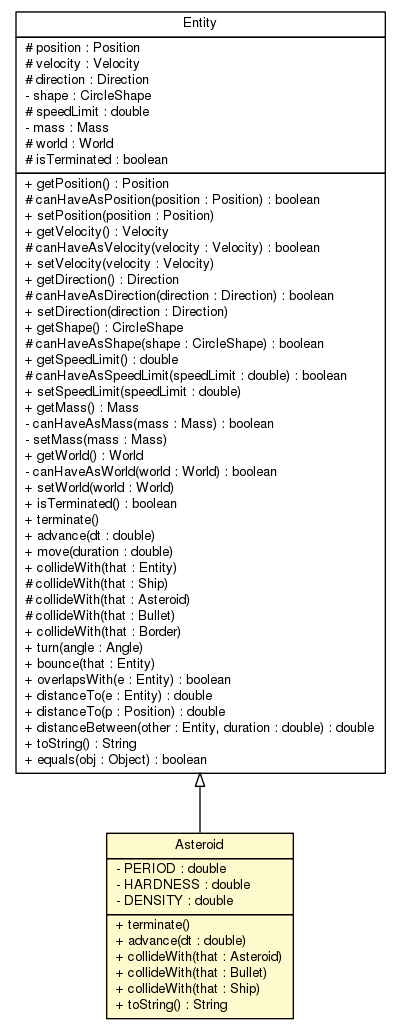
sinopeus/asteroids keeps this Graphviz diagram as doc/world/entity/Asteroid.png. Above is the earlier version. Its source is kept beside it as doc/world/entity/Asteroid.dot.
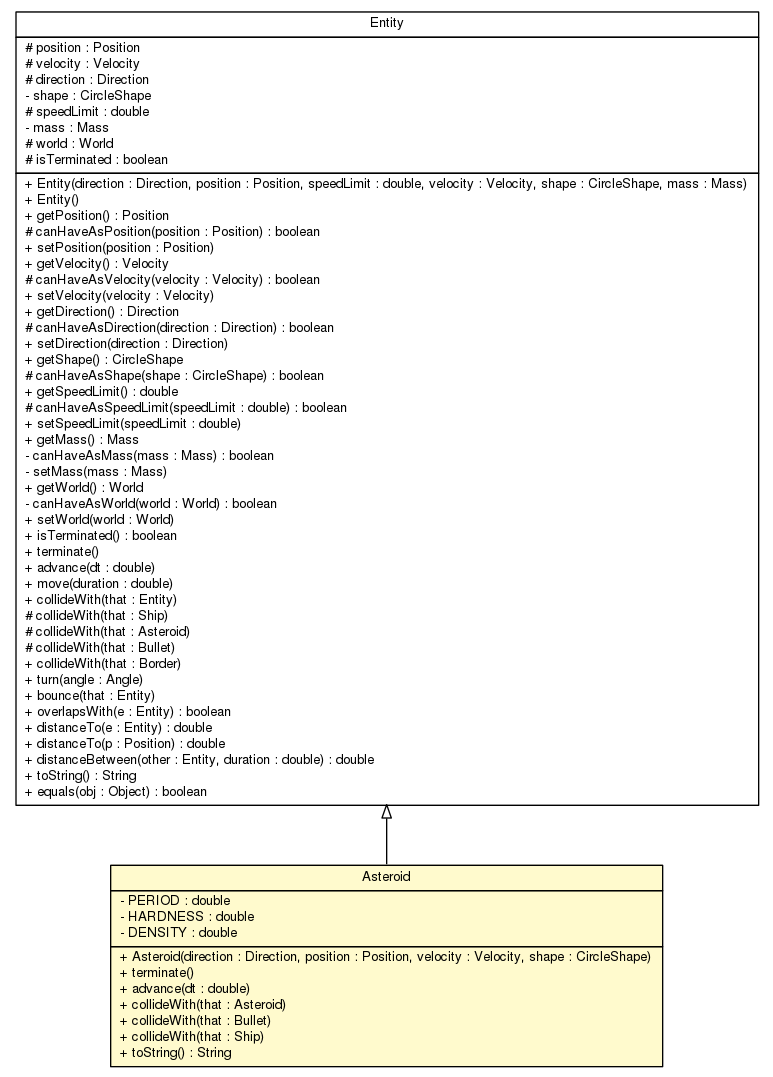
After the change.

Diff of the diagram source:
```diff
@@ -4,7 +4,7 @@
 	node [fontname="Helvetica",fontsize=10,shape=plaintext];
 	nodesep=0.25;
 	ranksep=0.5;
-	c3491 [label=<<table title="world.entity.Asteroid" border="0" cellborder="1" cellspacing="0" cellpadding="2" port="p" bgcolor="lemonChiffon" href="./Asteroid.html">
+	c3505 [label=<<table title="world.entity.Asteroid" border="0" cellborder="1" cellspacing="0" cellpadding="2" port="p" bgcolor="lemonChiffon" href="./Asteroid.html">
 		<tr><td><table border="0" cellspacing="0" cellpadding="1">
 <tr><td align="center" balign="center"> Asteroid </td></tr>
 		</table></td></tr>
@@ -14,6 +14,7 @@
 <tr><td align="left" balign="left"> - DENSITY : double </td></tr>
 		</table></td></tr>
 		<tr><td><table border="0" cellspacing="0" cellpadding="1">
+<tr><td align="left" balign="left"> + Asteroid(direction : Direction, position : Position, velocity : Velocity, shape : CircleShape) </td></tr>
 <tr><td align="left" balign="left"> + terminate() </td></tr>
 <tr><td align="left" balign="left"> + advance(dt : double) </td></tr>
 <tr><td align="left" balign="left"> + collideWith(that : Asteroid) </td></tr>
@@ -22,7 +23,7 @@
 <tr><td align="left" balign="left"> + toString() : String </td></tr>
 		</table></td></tr>
 		</table>>, URL="./Asteroid.html", fontname="Helvetica", fontcolor="black", fontsize=10.0];
-	c3492 [label=<<table title="world.entity.Entity" border="0" cellborder="1" cellspacing="0" cellpadding="2" port="p" href="./Entity.html">
+	c3506 [label=<<table title="world.entity.Entity" border="0" cellborder="1" cellspacing="0" cellpadding="2" port="p" href="./Entity.html">
 		<tr><td><table border="0" cellspacing="0" cellpadding="1">
 <tr><td align="center" balign="center"> Entity </td></tr>
 		</table></td></tr>
@@ -37,6 +38,8 @@
 <tr><td align="left" balign="left"> # isTerminated : boolean </td></tr>
 		</table></td></tr>
 		<tr><td><table border="0" cellspacing="0" cellpadding="1">
+<tr><td align="left" balign="left"> + Entity(direction : Direction, position : Position, speedLimit : double, velocity : Velocity, shape : CircleShape, mass : Mass) </td></tr>
+<tr><td align="left" balign="left"> + Entity() </td></tr>
 <tr><td align="left" balign="left"> + getPosition() : Position </td></tr>
 <tr><td align="left" balign="left"> # canHaveAsPosition(position : Position) : boolean </td></tr>
 <tr><td align="left" balign="left"> + setPosition(position : Position) </td></tr>
@@ -76,5 +79,5 @@
 <tr><td align="left" balign="left"> + equals(obj : Object) : boolean </td></tr>
 		</table></td></tr>
 		</table>>, URL="./Entity.html", fontname="Helvetica", fontcolor="black", fontsize=10.0];
-	c3492:p -> c3491:p [dir=back,arrowtail=empty];
+	c3506:p -> c3505:p [dir=back,arrowtail=empty];
 }
```
